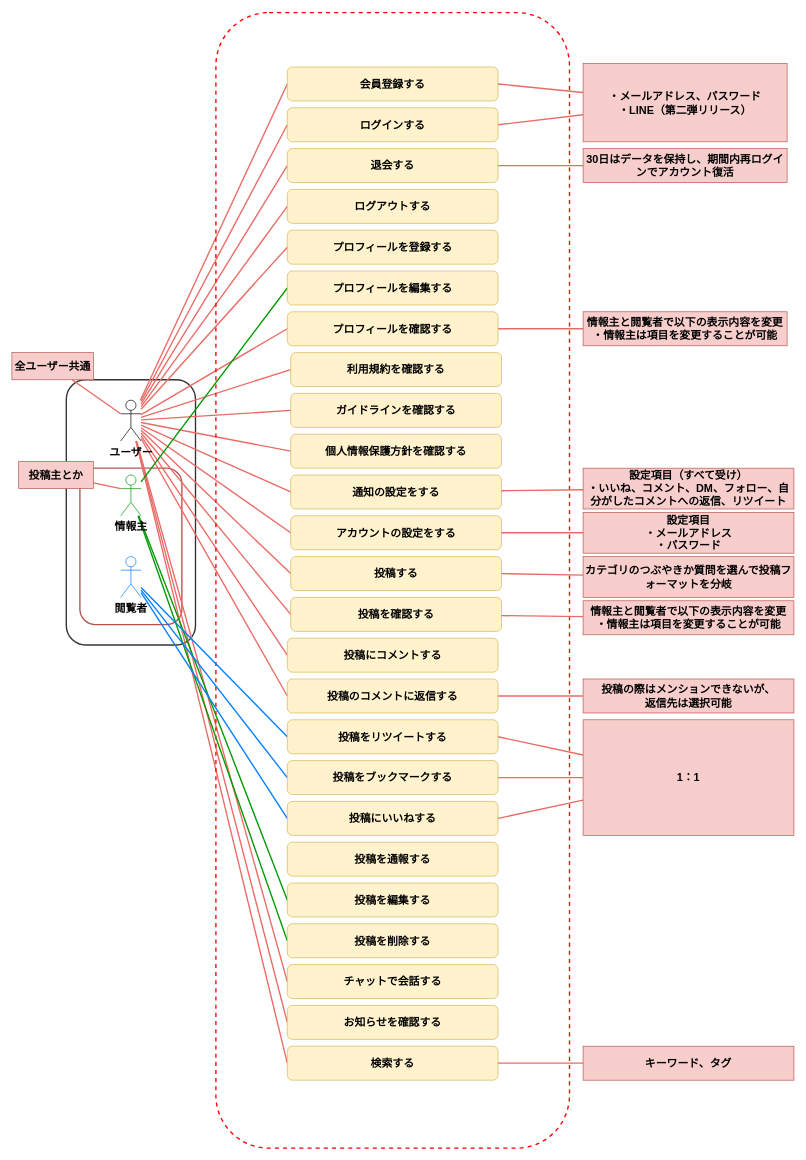
haseryo0403/VenTal keeps this draw.io diagram as page "ユースケース図" (1 of 2) of modeling.drawio. Above is the earlier version. Source tidied: cells renumbered, new cells numbered last; positions are measured from the earlier drawing's top-left corner, leaving out a move shared by most shapes. Both pictures are drawn from the tidied source at 68%, with x=0, y=0 at pixel (12, 12).
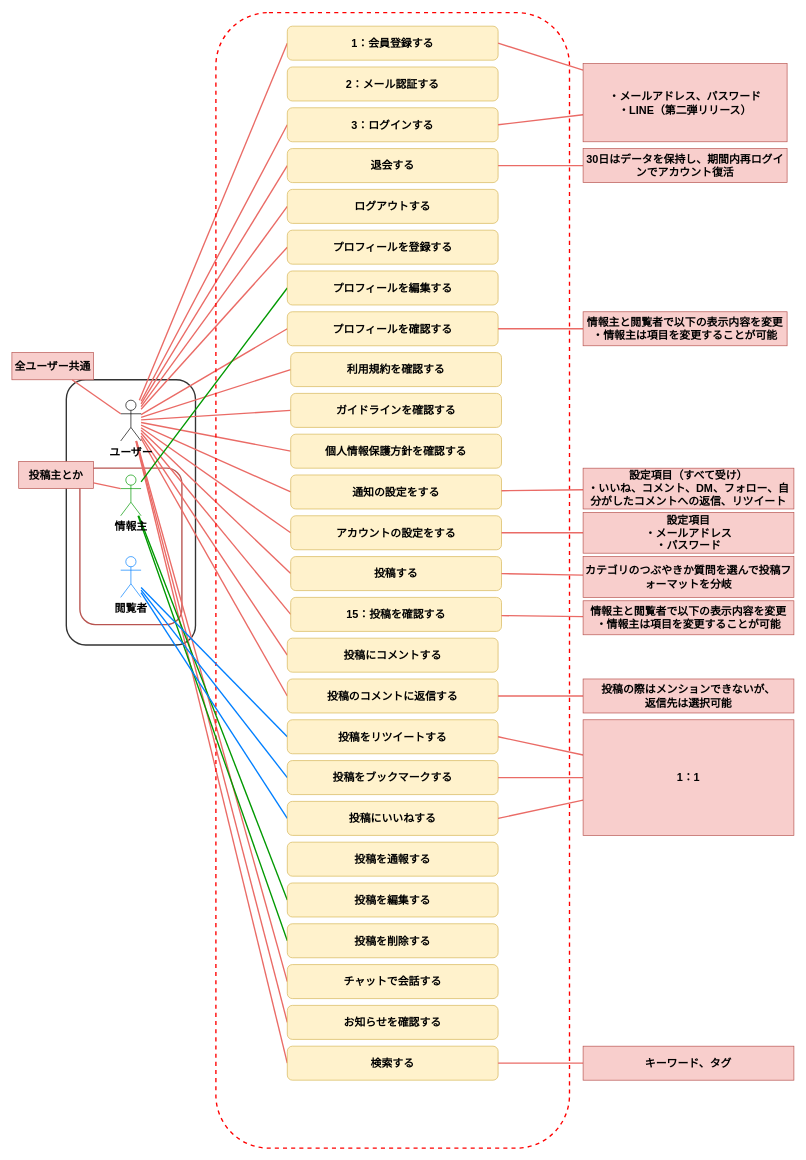
The same page after the edit.

Commit message:
アクティビティ図を追加。会員登録からトップページ表示まで

Diff of the diagram source:
```diff
@@
-    <mxCell id="24" value="ログインする" style="rounded=1;whiteSpace=wrap;html=1;strokeColor=#d6b656;align=center;verticalAlign=middle;fontFamily=Helvetica;fontSize=16;fontStyle=1;fillColor=#fff2cc;" parent="1" vertex="1">
+    <mxCell id="24" value="3：ログインする" style="rounded=1;whiteSpace=wrap;html=1;strokeColor=#d6b656;align=center;verticalAlign=middle;fontFamily=Helvetica;fontSize=16;fontStyle=1;fillColor=#fff2cc;" parent="1" vertex="1">
       <mxGeometry x="405" y="140" width="310" height="50" as="geometry" />
     </mxCell>
-    <mxCell id="25" value="会員登録する" style="rounded=1;whiteSpace=wrap;html=1;strokeColor=#d6b656;align=center;verticalAlign=middle;fontFamily=Helvetica;fontSize=16;fontStyle=1;fillColor=#fff2cc;" parent="1" vertex="1">
-      <mxGeometry x="405" y="80" width="310" height="50" as="geometry" />
+    <mxCell id="25" value="1：会員登録する" style="rounded=1;whiteSpace=wrap;html=1;strokeColor=#d6b656;align=center;verticalAlign=middle;fontFamily=Helvetica;fontSize=16;fontStyle=1;fillColor=#fff2cc;" parent="1" vertex="1">
+      <mxGeometry x="405" y="20" width="310" height="50" as="geometry" />
     </mxCell>
@@
-    <mxCell id="45" value="投稿を確認&lt;span style=&quot;background-color: initial;&quot;&gt;する&lt;/span&gt;" style="rounded=1;whiteSpace=wrap;html=1;strokeColor=#d6b656;align=center;verticalAlign=middle;fontFamily=Helvetica;fontSize=16;fontStyle=1;fillColor=#fff2cc;" parent="1" vertex="1">
+    <mxCell id="45" value="15：&lt;span style=&quot;background-color: initial;&quot;&gt;投稿を確認&lt;/span&gt;&lt;span style=&quot;background-color: initial;&quot;&gt;する&lt;/span&gt;" style="rounded=1;whiteSpace=wrap;html=1;strokeColor=#d6b656;align=center;verticalAlign=middle;fontFamily=Helvetica;fontSize=16;fontStyle=1;fillColor=#fff2cc;" parent="1" vertex="1">
       <mxGeometry x="410" y="860" width="310" height="50" as="geometry" />
     </mxCell>
@@
+    <mxCell id="85" value="2：メール認証する" style="rounded=1;whiteSpace=wrap;html=1;strokeColor=#d6b656;align=center;verticalAlign=middle;fontFamily=Helvetica;fontSize=16;fontStyle=1;fillColor=#fff2cc;" parent="1" vertex="1">
+      <mxGeometry x="405" y="80" width="310" height="50" as="geometry" />
+    </mxCell>
```
